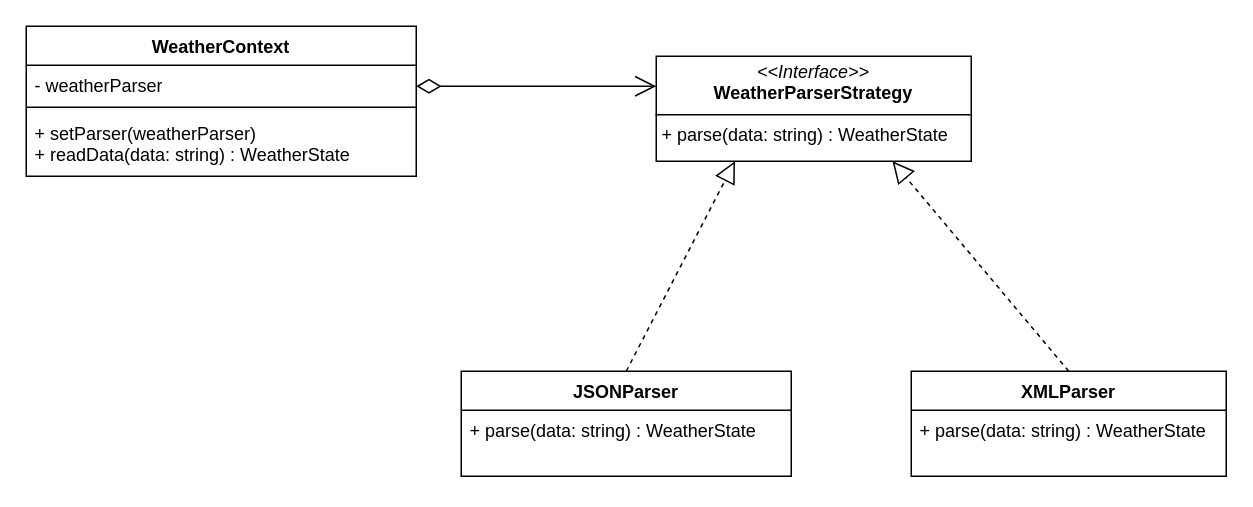
Before: Design/StrategyStructure.drawio in MahmoudShouli/WeatherMontior, a draw.io diagram. Source tidied: cells renumbered, new cells numbered last; positions are measured from the earlier drawing's top-left corner, leaving out a move shared by most shapes. Both pictures are drawn from the tidied source at 150%, with x=0, y=0 at pixel (26, 26).
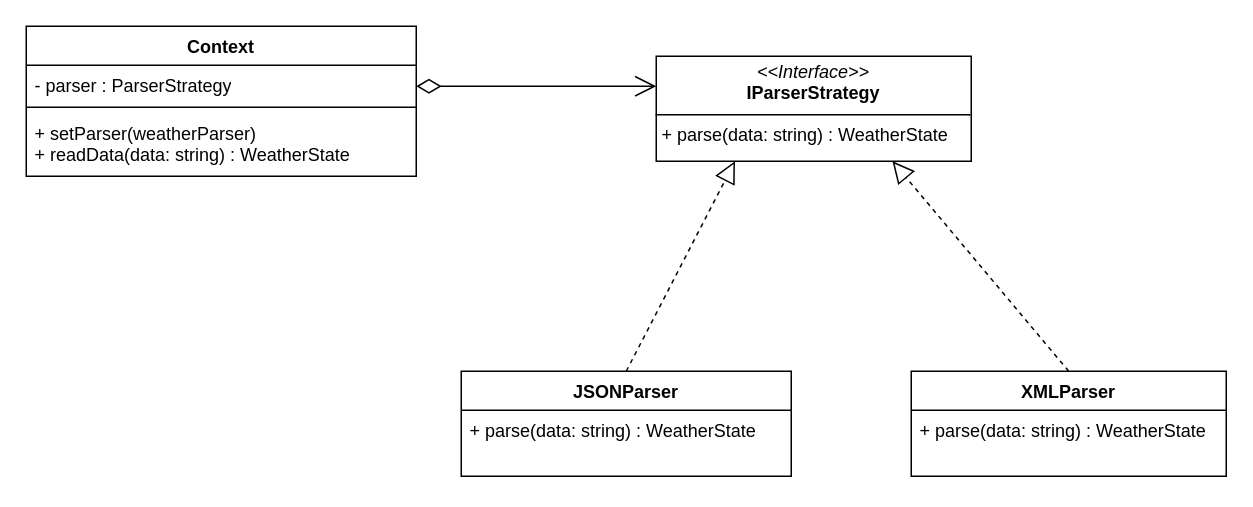
After the change.

Diff of the diagram source:
```diff
@@
 <mxGraphModel>
   <root>
     <mxCell id="0" />
     <mxCell id="1" parent="0" />
-    <mxCell id="2" value="WeatherContext" style="swimlane;fontStyle=1;align=center;verticalAlign=top;horizontal=1;startSize=26;whiteSpace=wrap;html=1;" parent="1" vertex="1">
+    <mxCell id="2" value="Context" style="swimlane;fontStyle=1;align=center;verticalAlign=top;horizontal=1;startSize=26;whiteSpace=wrap;html=1;" parent="1" vertex="1">
       <mxGeometry width="260" height="100" as="geometry" />
     </mxCell>
-    <mxCell id="3" value="- weatherParser" style="text;strokeColor=none;fillColor=none;align=left;verticalAlign=top;spacingLeft=4;spacingRight=4;overflow=hidden;whiteSpace=wrap;html=1;" parent="2" vertex="1">
+    <mxCell id="3" value="- parser : ParserStrategy" style="text;strokeColor=none;fillColor=none;align=left;verticalAlign=top;spacingLeft=4;spacingRight=4;overflow=hidden;whiteSpace=wrap;html=1;" parent="2" vertex="1">
       <mxGeometry y="26" width="260" height="24" as="geometry" />
     </mxCell>
     <mxCell id="4" style="line;strokeWidth=1;fillColor=none;align=left;verticalAlign=middle;spacingTop=-1;spacingLeft=3;spacingRight=3;labelPosition=right;strokeColor=inherit;" parent="2" vertex="1">
       <mxGeometry y="50" width="260" height="8" as="geometry" />
     </mxCell>
     <mxCell id="5" value="+ setParser(weatherParser)&lt;div&gt;&lt;div style=&quot;forced-color-adjust: none; box-shadow: none !important;&quot;&gt;+ readData(data: string) : WeatherState&lt;/div&gt;&lt;div style=&quot;forced-color-adjust: none; box-shadow: none !important;&quot;&gt;&lt;div style=&quot;forced-color-adjust: none; box-shadow: none !important;&quot;&gt;&lt;br style=&quot;forced-color-adjust: none; color: rgb(255, 255, 255); background-color: rgb(27, 29, 30); box-shadow: none !important;&quot;&gt;&lt;/div&gt;&lt;/div&gt;&lt;/div&gt;" style="text;strokeColor=none;fillColor=none;align=left;verticalAlign=top;spacingLeft=4;spacingRight=4;overflow=hidden;whiteSpace=wrap;html=1;" parent="2" vertex="1">
       <mxGeometry y="58" width="260" height="42" as="geometry" />
     </mxCell>
-    <mxCell id="6" value="&lt;p style=&quot;margin:0px;margin-top:4px;text-align:center;&quot;&gt;&lt;i&gt;&amp;lt;&amp;lt;Interface&amp;gt;&amp;gt;&lt;/i&gt;&lt;br&gt;&lt;b&gt;WeatherParserStrategy&lt;/b&gt;&lt;/p&gt;&lt;hr size=&quot;1&quot; style=&quot;border-style:solid;&quot;&gt;&lt;p style=&quot;margin:0px;margin-left:4px;&quot;&gt;+ parse(data: string) : WeatherState&lt;br&gt;&lt;br&gt;&lt;/p&gt;" style="verticalAlign=top;align=left;overflow=fill;html=1;whiteSpace=wrap;" parent="1" vertex="1">
+    <mxCell id="6" value="&lt;p style=&quot;margin:0px;margin-top:4px;text-align:center;&quot;&gt;&lt;i&gt;&amp;lt;&amp;lt;Interface&amp;gt;&amp;gt;&lt;/i&gt;&lt;br&gt;&lt;b&gt;IParserStrategy&lt;/b&gt;&lt;/p&gt;&lt;hr size=&quot;1&quot; style=&quot;border-style:solid;&quot;&gt;&lt;p style=&quot;margin:0px;margin-left:4px;&quot;&gt;+ parse(data: string) : WeatherState&lt;br&gt;&lt;br&gt;&lt;/p&gt;" style="verticalAlign=top;align=left;overflow=fill;html=1;whiteSpace=wrap;" parent="1" vertex="1">
       <mxGeometry x="420" y="20" width="210" height="70" as="geometry" />
     </mxCell>
     <mxCell id="7" style="endArrow=open;html=1;endSize=12;startArrow=diamondThin;startSize=14;startFill=0;edgeStyle=orthogonalEdgeStyle;align=left;verticalAlign=bottom;rounded=0;" parent="1" edge="1">
       <mxGeometry x="-1" y="3" relative="1" as="geometry">
         <mxPoint x="260" y="40" as="sourcePoint" />
         <mxPoint x="420" y="40" as="targetPoint" />
       </mxGeometry>
     </mxCell>
     <mxCell id="8" value="JSONParser" style="swimlane;fontStyle=1;align=center;verticalAlign=top;horizontal=1;startSize=26;whiteSpace=wrap;html=1;" parent="1" vertex="1">
       <mxGeometry x="290" y="230" width="220" height="70" as="geometry" />
     </mxCell>
     <mxCell id="9" value="&lt;div&gt;&lt;div&gt;+ parse(data: string) : WeatherState&lt;br&gt;&lt;/div&gt;&lt;/div&gt;" style="text;strokeColor=none;fillColor=none;align=left;verticalAlign=top;spacingLeft=4;spacingRight=4;overflow=hidden;whiteSpace=wrap;html=1;" parent="8" vertex="1">
       <mxGeometry y="26" width="220" height="44" as="geometry" />
     </mxCell>
     <mxCell id="10" value="XMLParser" style="swimlane;fontStyle=1;align=center;verticalAlign=top;horizontal=1;startSize=26;whiteSpace=wrap;html=1;" parent="1" vertex="1">
       <mxGeometry x="590" y="230" width="210" height="70" as="geometry" />
     </mxCell>
     <mxCell id="11" value="&lt;div&gt;&lt;div&gt;+ parse(data: string) : WeatherState&lt;br&gt;&lt;/div&gt;&lt;/div&gt;" style="text;strokeColor=none;fillColor=none;align=left;verticalAlign=top;spacingLeft=4;spacingRight=4;overflow=hidden;whiteSpace=wrap;html=1;" parent="10" vertex="1">
       <mxGeometry y="26" width="210" height="44" as="geometry" />
     </mxCell>
     <mxCell id="12" style="endArrow=block;dashed=1;endFill=0;endSize=12;html=1;rounded=0;entryX=0.25;entryY=1;entryDx=0;entryDy=0;exitX=0.5;exitY=0;exitDx=0;exitDy=0;" parent="1" edge="1" source="8" target="6">
       <mxGeometry relative="1" as="geometry" />
     </mxCell>
     <mxCell id="13" style="endArrow=block;dashed=1;endFill=0;endSize=12;html=1;rounded=0;entryX=0.75;entryY=1;entryDx=0;entryDy=0;exitX=0.5;exitY=0;exitDx=0;exitDy=0;" parent="1" edge="1" source="10" target="6">
       <mxGeometry relative="1" as="geometry" />
     </mxCell>
   </root>
 </mxGraphModel>
```
